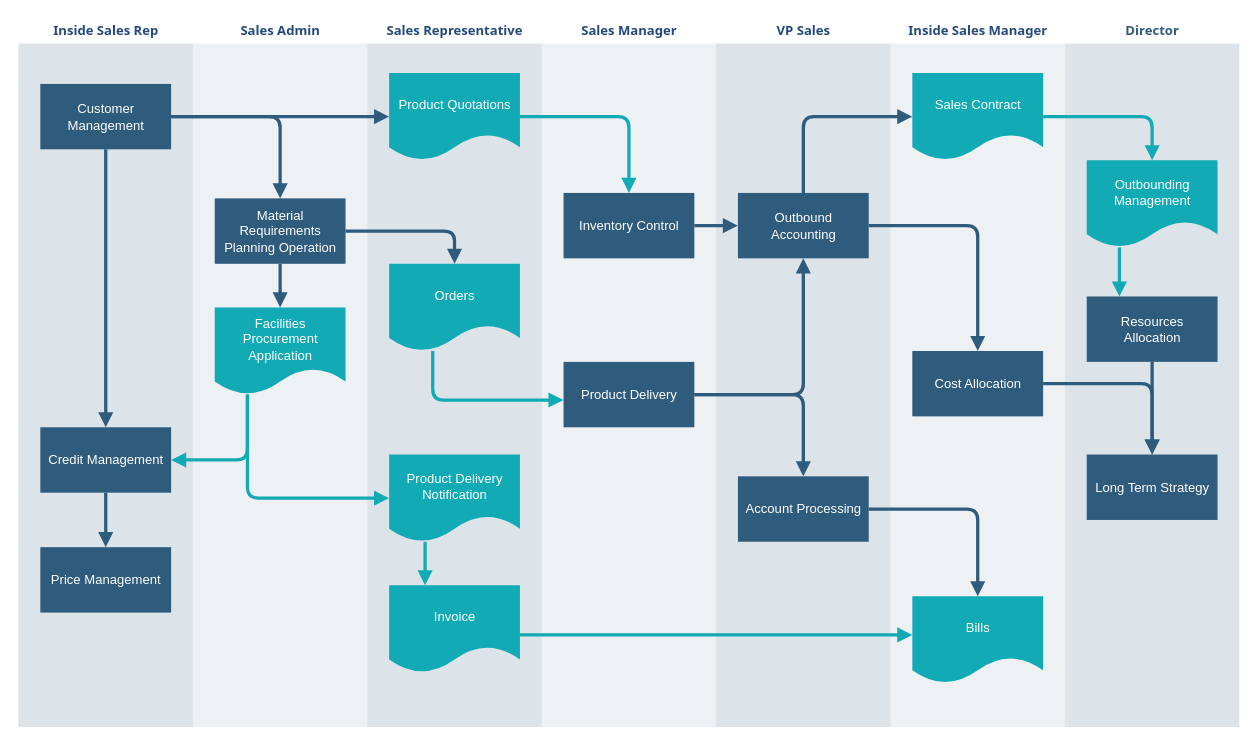
Before: 未命名绘图.drawio in zhao0419/apiserver, a draw.io diagram. Source tidied: cells renumbered, new cells numbered last; positions are measured from the earlier drawing's top-left corner, leaving out a move shared by most shapes. Both pictures are drawn from the tidied source at 109%, with x=0, y=0 at pixel (17, 17).
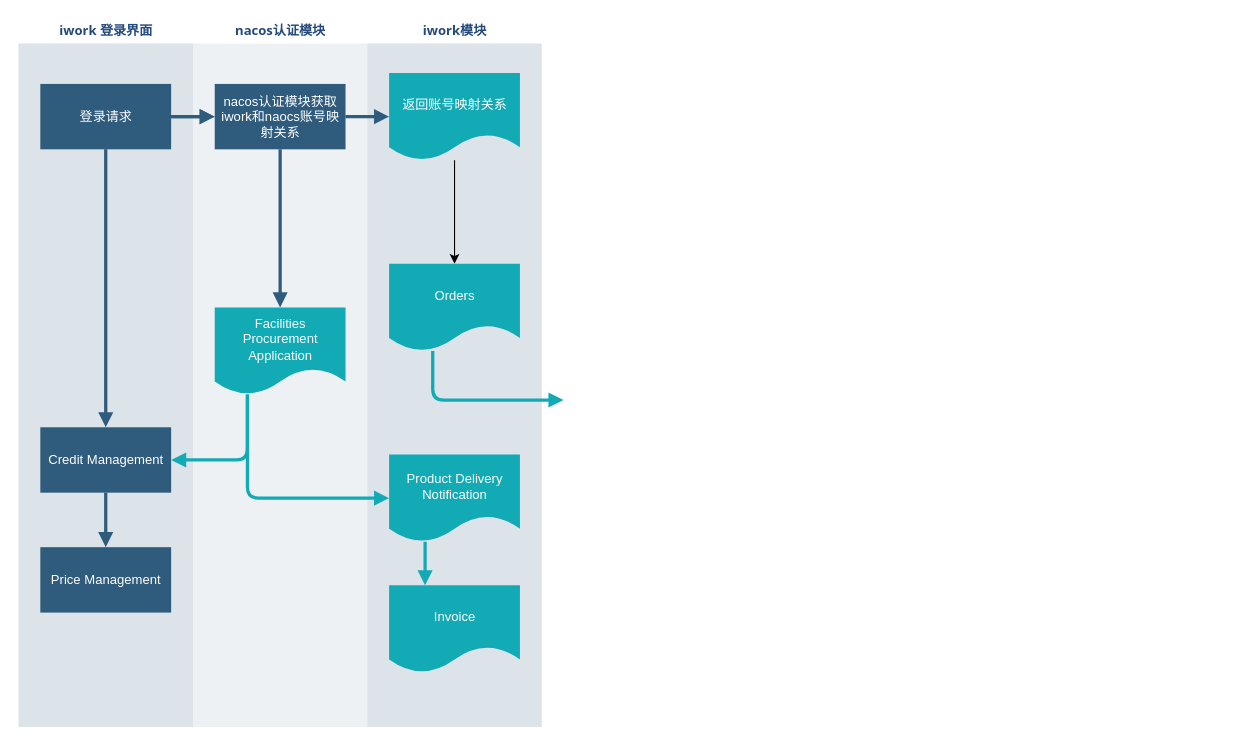
After the change.

Commit message:
更新未命名绘图.drawio

The change refers to these unchanged cells:
```xml
<mxCell id="17" value="&lt;font color=&quot;#ffffff&quot;&gt;Facilities Procurement&lt;br&gt;Application&lt;/font&gt;&lt;br&gt; " style="shape=document;whiteSpace=wrap;verticalAlign=middle;strokeColor=none;fillColor=#12aab5;shadow=0;fontColor=#FFFFFF;fontFamily=Helvetica;fontStyle=0;html=1;fontSize=12;spacing=6;spacingBottom=22;" parent="15" vertex="1">
  <mxGeometry x="20" y="265" width="120" height="80" as="geometry" />
</mxCell>
<mxCell id="21" value="Orders" style="shape=document;whiteSpace=wrap;verticalAlign=middle;strokeColor=none;fillColor=#12aab5;shadow=0;fontColor=#FFFFFF;fontFamily=Helvetica;fontStyle=0;html=1;fontSize=12;spacing=6;spacingBottom=22;" parent="19" vertex="1">
  <mxGeometry x="20" y="225" width="120" height="80" as="geometry" />
</mxCell>
<mxCell id="23" value="Invoice" style="shape=document;whiteSpace=wrap;verticalAlign=middle;strokeColor=none;fillColor=#12aab5;shadow=0;fontColor=#FFFFFF;fontFamily=Helvetica;fontStyle=0;html=1;fontSize=12;spacing=6;spacingBottom=22;" parent="19" vertex="1">
  <mxGeometry x="20" y="520" width="120" height="80" as="geometry" />
</mxCell>
```

The edit, as a diff of the source:
```diff
@@
-    <mxCell id="2" value="&lt;font color=&quot;#23497d&quot;&gt;Inside Sales Rep&lt;/font&gt;" style="swimlane;whiteSpace=wrap;fillColor=none;swimlaneFillColor=#BAC8D3;fontColor=#2F5B7C;fontFamily=Tahoma;html=1;strokeColor=none;opacity=50;" parent="1" vertex="1">
+    <mxCell id="2" value="&lt;font color=&quot;#23497d&quot;&gt;iwork 登录界面&lt;/font&gt;" style="swimlane;whiteSpace=wrap;fillColor=none;swimlaneFillColor=#BAC8D3;fontColor=#2F5B7C;fontFamily=Tahoma;html=1;strokeColor=none;opacity=50;" parent="1" vertex="1">
       <mxGeometry x="0.5" y="0.5" width="160" height="650" as="geometry" />
     </mxCell>
-    <mxCell id="3" value="Customer Management" style="whiteSpace=wrap;shadow=0;fontColor=#FFFFFF;fontFamily=Helvetica;fontStyle=0;html=1;fontSize=12;plain-purple;strokeColor=none;fillColor=#2f5b7c;gradientColor=none;spacing=6;verticalAlign=middle;" parent="2" vertex="1">
+    <mxCell id="3" value="登录请求" style="whiteSpace=wrap;shadow=0;fontColor=#FFFFFF;fontFamily=Helvetica;fontStyle=0;html=1;fontSize=12;plain-purple;strokeColor=none;fillColor=#2f5b7c;gradientColor=none;spacing=6;verticalAlign=middle;" parent="2" vertex="1">
       <mxGeometry x="20" y="60" width="120" height="60" as="geometry" />
     </mxCell>
@@
-    <mxCell id="8" value="&lt;font color=&quot;#23497d&quot;&gt;Inside Sales Manager&lt;/font&gt;" style="swimlane;whiteSpace=wrap;fillColor=none;swimlaneFillColor=#BAC8D3;fontColor=#2F5B7C;fontFamily=Tahoma;html=1;strokeColor=none;opacity=25;" parent="1" vertex="1">
-      <mxGeometry x="800.5" y="0.5" width="160" height="650" as="geometry" />
-    </mxCell>
-    <mxCell id="9" value="Sales Contract" style="shape=document;whiteSpace=wrap;verticalAlign=middle;strokeColor=none;fillColor=#12aab5;shadow=0;fontColor=#FFFFFF;fontFamily=Helvetica;fontStyle=0;html=1;fontSize=12;spacing=6;spacingBottom=22;" parent="8" vertex="1">
-      <mxGeometry x="20" y="50" width="120" height="80" as="geometry" />
-    </mxCell>
-    <mxCell id="10" value="Bills" style="shape=document;whiteSpace=wrap;verticalAlign=middle;strokeColor=none;fillColor=#12aab5;shadow=0;fontColor=#FFFFFF;fontFamily=Helvetica;fontStyle=0;html=1;fontSize=12;spacing=6;spacingBottom=22;" parent="8" vertex="1">
-      <mxGeometry x="20" y="530" width="120" height="80" as="geometry" />
-    </mxCell>
-    <mxCell id="11" value="Cost Allocation" style="whiteSpace=wrap;strokeColor=none;fillColor=#2f5b7c;shadow=0;fontColor=#FFFFFF;fontFamily=Helvetica;fontStyle=0;html=1;fontSize=12;spacing=6;verticalAlign=middle;" parent="8" vertex="1">
-      <mxGeometry x="20" y="305" width="120" height="60" as="geometry" />
-    </mxCell>
-    <mxCell id="12" value="&lt;font color=&quot;#23497d&quot;&gt;VP Sales&lt;/font&gt;" style="swimlane;whiteSpace=wrap;fillColor=none;swimlaneFillColor=#BAC8D3;fontColor=#2F5B7C;fontFamily=Tahoma;html=1;strokeColor=none;opacity=50;" parent="1" vertex="1">
-      <mxGeometry x="640.5" y="0.5" width="160" height="650" as="geometry" />
-    </mxCell>
-    <mxCell id="13" value="Outbound Accounting" style="whiteSpace=wrap;fillColor=#2f5b7c;strokeColor=none;shadow=0;fontColor=#FFFFFF;fontFamily=Helvetica;fontStyle=0;html=1;fontSize=12;spacing=6;verticalAlign=middle;" parent="12" vertex="1">
-      <mxGeometry x="20" y="160" width="120" height="60" as="geometry" />
-    </mxCell>
-    <mxCell id="14" value="Account Processing" style="whiteSpace=wrap;strokeColor=none;fillColor=#2f5b7c;shadow=0;fontColor=#FFFFFF;fontFamily=Helvetica;fontStyle=0;html=1;fontSize=12;spacing=6;verticalAlign=middle;" parent="12" vertex="1">
-      <mxGeometry x="20" y="420" width="120" height="60" as="geometry" />
-    </mxCell>
-    <mxCell id="15" value="&lt;font color=&quot;#23497d&quot;&gt;Sales Admin&lt;/font&gt;" style="swimlane;whiteSpace=wrap;fillColor=none;swimlaneFillColor=#BAC8D3;fontColor=#2F5B7C;fontFamily=Tahoma;html=1;strokeColor=none;opacity=25;" parent="1" vertex="1">
+    <mxCell id="15" value="&lt;font color=&quot;#23497d&quot;&gt;nacos认证模块&lt;/font&gt;" style="swimlane;whiteSpace=wrap;fillColor=none;swimlaneFillColor=#BAC8D3;fontColor=#2F5B7C;fontFamily=Tahoma;html=1;strokeColor=none;opacity=25;" parent="1" vertex="1">
       <mxGeometry x="160.5" y="0.5" width="160" height="650" as="geometry" />
     </mxCell>
-    <mxCell id="16" value="Material Requirements Planning Operation" style="whiteSpace=wrap;shadow=0;fontColor=#FFFFFF;fontFamily=Helvetica;fontStyle=0;html=1;fontSize=12;plain-purple;strokeColor=none;fillColor=#2f5b7c;gradientColor=none;spacing=6;verticalAlign=middle;" parent="15" vertex="1">
-      <mxGeometry x="20" y="165" width="120" height="60" as="geometry" />
-    </mxCell>
@@
-    <mxCell id="18" style="edgeStyle=segmentEdgeStyle;strokeColor=#2F5B7C;strokeWidth=3;html=1;endArrow=block;endFill=1;" parent="15" edge="1" source="16" target="17">
-      <mxGeometry relative="1" as="geometry" />
-    </mxCell>
-    <mxCell id="19" value="&lt;font color=&quot;#23497d&quot;&gt;Sales Representative&lt;/font&gt;" style="swimlane;whiteSpace=wrap;fillColor=none;swimlaneFillColor=#BAC8D3;fontColor=#2F5B7C;fontFamily=Tahoma;html=1;strokeColor=none;opacity=50;" parent="1" vertex="1">
+    <mxCell id="19" value="&lt;font color=&quot;#23497d&quot;&gt;iwork模块&lt;/font&gt;" style="swimlane;whiteSpace=wrap;fillColor=none;swimlaneFillColor=#BAC8D3;fontColor=#2F5B7C;fontFamily=Tahoma;html=1;strokeColor=none;opacity=50;" parent="1" vertex="1">
       <mxGeometry x="320.5" y="0.5" width="160" height="650" as="geometry" />
     </mxCell>
+    <mxCell id="50" style="edgeStyle=orthogonalEdgeStyle;rounded=0;jettySize=auto;html=1;" parent="19" edge="1" source="20" target="21">
+      <mxGeometry relative="1" as="geometry" />
+    </mxCell>
-    <mxCell id="20" value="Product Quotations" style="shape=document;whiteSpace=wrap;verticalAlign=middle;strokeColor=none;fillColor=#12aab5;shadow=0;fontColor=#FFFFFF;fontFamily=Helvetica;fontStyle=0;html=1;fontSize=12;spacing=6;spacingBottom=22;" parent="19" vertex="1">
+    <mxCell id="20" value="返回账号映射关系" style="shape=document;whiteSpace=wrap;verticalAlign=middle;strokeColor=none;fillColor=#12aab5;shadow=0;fontColor=#FFFFFF;fontFamily=Helvetica;fontStyle=0;html=1;fontSize=12;spacing=6;spacingBottom=22;" parent="19" vertex="1">
       <mxGeometry x="20" y="50" width="120" height="80" as="geometry" />
     </mxCell>
@@
-    <mxCell id="25" value="&lt;font color=&quot;#23497d&quot;&gt;Sales Manager&lt;/font&gt;" style="swimlane;whiteSpace=wrap;fillColor=none;swimlaneFillColor=#BAC8D3;fontColor=#2F5B7C;fontFamily=Tahoma;html=1;strokeColor=none;opacity=25;" parent="1" vertex="1">
-      <mxGeometry x="480.5" y="0.5" width="160" height="650" as="geometry" />
-    </mxCell>
-    <mxCell id="26" value="Inventory Control" style="whiteSpace=wrap;strokeColor=none;fillColor=#2f5b7c;shadow=0;fontColor=#FFFFFF;fontFamily=Helvetica;fontStyle=0;html=1;fontSize=12;spacing=6;verticalAlign=middle;" parent="25" vertex="1">
-      <mxGeometry x="20" y="160" width="120" height="60" as="geometry" />
-    </mxCell>
-    <mxCell id="27" value="Product Delivery" style="whiteSpace=wrap;strokeColor=none;fillColor=#2f5b7c;shadow=0;fontColor=#FFFFFF;fontFamily=Helvetica;fontStyle=0;html=1;fontSize=12;spacing=6;verticalAlign=middle;" parent="25" vertex="1">
-      <mxGeometry x="20" y="315" width="120" height="60" as="geometry" />
-    </mxCell>
-    <mxCell id="28" value="Director" style="swimlane;whiteSpace=wrap;fillColor=none;swimlaneFillColor=#BAC8D3;fontColor=#2F5B7C;fontFamily=Tahoma;html=1;strokeColor=none;opacity=50;" parent="1" vertex="1">
-      <mxGeometry x="960.5" y="0.5" width="160" height="650" as="geometry" />
-    </mxCell>
-    <mxCell id="29" value="Outbounding Management" style="shape=document;whiteSpace=wrap;verticalAlign=middle;strokeColor=none;fillColor=#12aab5;shadow=0;fontColor=#FFFFFF;fontFamily=Helvetica;fontStyle=0;html=1;fontSize=12;spacing=6;spacingBottom=22;" parent="28" vertex="1">
-      <mxGeometry x="20" y="130" width="120" height="80" as="geometry" />
-    </mxCell>
-    <mxCell id="30" value="Resources Allocation" style="whiteSpace=wrap;strokeColor=none;fillColor=#2f5b7c;shadow=0;fontColor=#FFFFFF;fontFamily=Helvetica;fontStyle=0;html=1;fontSize=12;spacing=6;verticalAlign=middle;" parent="28" vertex="1">
-      <mxGeometry x="20" y="255" width="120" height="60" as="geometry" />
-    </mxCell>
-    <mxCell id="31" value="Long Term Strategy" style="whiteSpace=wrap;strokeColor=none;fillColor=#2f5b7c;shadow=0;fontColor=#FFFFFF;fontFamily=Helvetica;fontStyle=0;html=1;fontSize=12;spacing=6;verticalAlign=middle;" parent="28" vertex="1">
-      <mxGeometry x="20" y="400" width="120" height="60" as="geometry" />
-    </mxCell>
-    <mxCell id="32" style="edgeStyle=segmentEdgeStyle;strokeColor=#2F5B7C;strokeWidth=3;html=1;endArrow=block;endFill=1;" parent="28" edge="1" source="30" target="31">
-      <mxGeometry relative="1" as="geometry" />
-    </mxCell>
-    <mxCell id="33" style="edgeStyle=segmentEdgeStyle;entryX=0.25;entryY=0;strokeColor=#12AAB5;strokeWidth=3;html=1;endArrow=block;endFill=1;" parent="28" edge="1" source="29" target="30">
-      <mxGeometry relative="1" as="geometry" />
-    </mxCell>
@@
-    <mxCell id="36" style="edgeStyle=segmentEdgeStyle;strokeColor=#2F5B7C;strokeWidth=3;html=1;endArrow=block;endFill=1;" parent="1" edge="1" source="3" target="20">
+    <mxCell id="36" style="edgeStyle=segmentEdgeStyle;strokeColor=#2F5B7C;strokeWidth=3;html=1;endArrow=block;endFill=1;" parent="1" edge="1" source="16" target="20">
       <mxGeometry x="164.5" y="178.5" as="geometry" />
     </mxCell>
@@
-    <mxCell id="38" style="edgeStyle=elbowEdgeStyle;elbow=vertical;strokeColor=#12AAB5;strokeWidth=3;html=1;endArrow=block;endFill=1;" parent="1" edge="1" source="23" target="10">
-      <mxGeometry x="484.5" y="623.5" as="geometry" />
-    </mxCell>
-    <mxCell id="39" style="edgeStyle=segmentEdgeStyle;strokeColor=#2F5B7C;strokeWidth=3;html=1;endArrow=block;endFill=1;" parent="1" edge="1" source="16" target="21">
-      <mxGeometry x="324.5" y="283.5" as="geometry" />
-    </mxCell>
-    <mxCell id="40" style="edgeStyle=segmentEdgeStyle;strokeColor=#12AAB5;strokeWidth=3;html=1;endArrow=block;endFill=1;" parent="1" edge="1" source="20" target="26">
-      <mxGeometry x="484.5" y="178.5" as="geometry" />
-    </mxCell>
-    <mxCell id="41" style="edgeStyle=none;strokeColor=#2F5B7C;strokeWidth=3;html=1;endArrow=block;endFill=1;" parent="1" edge="1" source="26" target="13">
-      <mxGeometry x="644.5" y="278.5" as="geometry" />
-    </mxCell>
-    <mxCell id="42" style="edgeStyle=segmentEdgeStyle;strokeColor=#12AAB5;strokeWidth=3;html=1;endArrow=block;endFill=1;" parent="1" edge="1" source="21" target="27">
+    <mxCell id="42" style="edgeStyle=segmentEdgeStyle;strokeColor=#12AAB5;strokeWidth=3;html=1;endArrow=block;endFill=1;" parent="1" edge="1" source="21">
       <mxGeometry x="404.5" y="393.5" as="geometry">
+        <mxPoint x="500.5" y="350.5" as="targetPoint" />
         <Array as="points">
           <mxPoint x="380.5" y="350.5" />
         </Array>
       </mxGeometry>
     </mxCell>
-    <mxCell id="43" style="edgeStyle=segmentEdgeStyle;strokeColor=#2F5B7C;strokeWidth=3;html=1;endArrow=block;endFill=1;" parent="1" edge="1" source="27" target="13">
-      <mxGeometry x="644.5" y="308.5" as="geometry" />
-    </mxCell>
-    <mxCell id="44" style="edgeStyle=segmentEdgeStyle;strokeColor=#2F5B7C;strokeWidth=3;html=1;endArrow=block;endFill=1;" parent="1" edge="1" source="27" target="14">
-      <mxGeometry x="644.5" y="433.5" as="geometry" />
-    </mxCell>
-    <mxCell id="45" style="edgeStyle=segmentEdgeStyle;strokeColor=#2F5B7C;strokeWidth=3;html=1;endArrow=block;endFill=1;" parent="1" edge="1" source="13" target="9">
-      <mxGeometry x="744.5" y="178.5" as="geometry">
-        <Array as="points">
-          <mxPoint x="720.5" y="90.5" />
-        </Array>
-      </mxGeometry>
-    </mxCell>
-    <mxCell id="46" style="edgeStyle=segmentEdgeStyle;strokeColor=#2F5B7C;strokeWidth=3;html=1;endArrow=block;endFill=1;" parent="1" edge="1" source="13" target="11">
-      <mxGeometry x="804.5" y="278.5" as="geometry" />
-    </mxCell>
-    <mxCell id="47" style="edgeStyle=segmentEdgeStyle;strokeColor=#2F5B7C;strokeWidth=3;html=1;endArrow=block;endFill=1;" parent="1" edge="1" source="14" target="10">
-      <mxGeometry x="804.5" y="538.5" as="geometry" />
-    </mxCell>
-    <mxCell id="48" style="edgeStyle=segmentEdgeStyle;strokeColor=#2F5B7C;strokeWidth=3;html=1;endArrow=block;endFill=1;" parent="1" edge="1" source="11" target="31">
-      <mxGeometry x="964.5" y="423.5" as="geometry" />
-    </mxCell>
-    <mxCell id="49" style="edgeStyle=segmentEdgeStyle;strokeColor=#12AAB5;strokeWidth=3;html=1;endArrow=block;endFill=1;" parent="1" edge="1" source="9" target="29">
-      <mxGeometry x="964.5" y="178.5" as="geometry" />
-    </mxCell>
+    <mxCell id="51" style="edgeStyle=segmentEdgeStyle;strokeColor=#2F5B7C;strokeWidth=3;html=1;endArrow=block;endFill=1;" parent="1" edge="1" source="3" target="16">
+      <mxGeometry x="164.5" y="178.5" as="geometry" />
+    </mxCell>
+    <mxCell id="16" value="nacos认证模块获取iwork和naocs账号映射关系" style="whiteSpace=wrap;shadow=0;fontColor=#FFFFFF;fontFamily=Helvetica;fontStyle=0;html=1;fontSize=12;plain-purple;strokeColor=none;fillColor=#2f5b7c;gradientColor=none;spacing=6;verticalAlign=middle;" parent="1" vertex="1">
+      <mxGeometry x="180.5" y="60.5" width="120" height="60" as="geometry" />
+    </mxCell>
+    <mxCell id="18" style="edgeStyle=segmentEdgeStyle;strokeColor=#2F5B7C;strokeWidth=3;html=1;endArrow=block;endFill=1;" parent="1" edge="1" source="16" target="17">
+      <mxGeometry relative="1" as="geometry" />
+    </mxCell>
```
